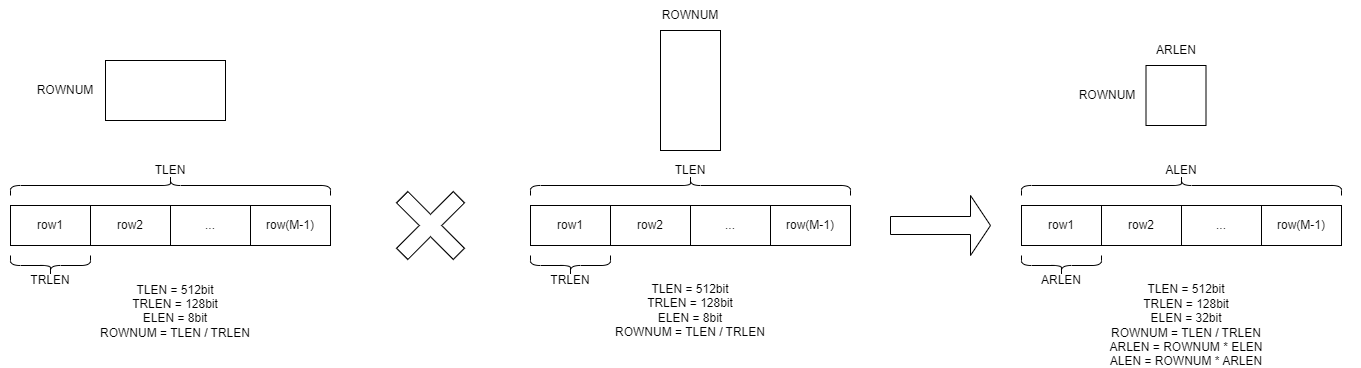
Above: spec/images/parameter_explanation.png in OurCompArchGroup/riscv-matrix-extension-spec (draw.io), before the change. Source tidied: cells renumbered, new cells last; positions are measured from the earlier drawing's top-left corner, leaving out a move shared by most shapes. Its diagram source:
```xml
<mxGraphModel>
  <root>
    <mxCell id="0" />
    <mxCell id="1" parent="0" />
    <mxCell id="2" style="shape=cross;whiteSpace=wrap;html=1;rotation=45;" parent="1" vertex="1">
      <mxGeometry x="390" y="185" width="80" height="80" as="geometry" />
    </mxCell>
    <mxCell id="3" value="&lt;div&gt;&lt;font style=&quot;font-size: 12px;&quot;&gt;TLEN = 512bit&lt;/font&gt;&lt;/div&gt;&lt;div&gt;&lt;font style=&quot;font-size: 12px;&quot;&gt;TRLEN = 128bit&lt;/font&gt;&lt;/div&gt;&lt;div&gt;&lt;font style=&quot;font-size: 12px;&quot;&gt;ELEN = 8bit&lt;br&gt;&lt;/font&gt;&lt;/div&gt;&lt;div&gt;&lt;font style=&quot;font-size: 12px;&quot;&gt;ROWNUM = TLEN / TRLEN&lt;/font&gt;&lt;/div&gt;&lt;div&gt;&lt;br&gt;&lt;/div&gt;" style="text;html=1;align=center;verticalAlign=middle;whiteSpace=wrap;rounded=0;" parent="1" vertex="1">
      <mxGeometry y="303" width="350" height="30" as="geometry" />
    </mxCell>
    <mxCell id="4" style="rounded=0;whiteSpace=wrap;html=1;" parent="1" vertex="1">
      <mxGeometry x="10" y="205" width="320" height="40" as="geometry" />
    </mxCell>
    <mxCell id="5" value="row1" style="rounded=0;whiteSpace=wrap;html=1;" parent="1" vertex="1">
      <mxGeometry x="10" y="205" width="80" height="40" as="geometry" />
    </mxCell>
    <mxCell id="6" value="row2" style="rounded=0;whiteSpace=wrap;html=1;" parent="1" vertex="1">
      <mxGeometry x="90" y="205" width="80" height="40" as="geometry" />
    </mxCell>
    <mxCell id="7" value="..." style="rounded=0;whiteSpace=wrap;html=1;" parent="1" vertex="1">
      <mxGeometry x="170" y="205" width="80" height="40" as="geometry" />
    </mxCell>
    <mxCell id="8" value="row(M-1)" style="rounded=0;whiteSpace=wrap;html=1;" parent="1" vertex="1">
      <mxGeometry x="250" y="205" width="80" height="40" as="geometry" />
    </mxCell>
    <mxCell id="9" style="shape=curlyBracket;whiteSpace=wrap;html=1;rounded=1;labelPosition=left;verticalLabelPosition=middle;align=right;verticalAlign=middle;rotation=90;" parent="1" vertex="1">
      <mxGeometry x="160" y="25" width="20" height="320" as="geometry" />
    </mxCell>
    <mxCell id="10" style="shape=curlyBracket;whiteSpace=wrap;html=1;rounded=1;flipH=1;labelPosition=right;verticalLabelPosition=middle;align=left;verticalAlign=middle;rotation=90;" parent="1" vertex="1">
      <mxGeometry x="40" y="225" width="20" height="80" as="geometry" />
    </mxCell>
    <mxCell id="11" value="TLEN" style="text;html=1;align=center;verticalAlign=middle;whiteSpace=wrap;rounded=0;" parent="1" vertex="1">
      <mxGeometry x="140" y="155" width="60" height="30" as="geometry" />
    </mxCell>
    <mxCell id="12" value="TRLEN" style="text;html=1;align=center;verticalAlign=middle;whiteSpace=wrap;rounded=0;" parent="1" vertex="1">
      <mxGeometry x="20" y="265" width="60" height="30" as="geometry" />
    </mxCell>
    <mxCell id="13" value="&lt;div&gt;&lt;font style=&quot;font-size: 12px;&quot;&gt;TLEN = 512bit&lt;/font&gt;&lt;/div&gt;&lt;div&gt;&lt;font style=&quot;font-size: 12px;&quot;&gt;TRLEN = 128bit&lt;/font&gt;&lt;/div&gt;&lt;div&gt;&lt;font style=&quot;font-size: 12px;&quot;&gt;ELEN = 8bit&lt;/font&gt;&lt;/div&gt;&lt;div&gt;&lt;font style=&quot;font-size: 12px;&quot;&gt;ROWNUM = TLEN / TRLEN&lt;/font&gt;&lt;/div&gt;" style="text;html=1;align=center;verticalAlign=middle;whiteSpace=wrap;rounded=0;" parent="1" vertex="1">
      <mxGeometry x="515" y="295" width="350" height="30" as="geometry" />
    </mxCell>
    <mxCell id="14" style="rounded=0;whiteSpace=wrap;html=1;" parent="1" vertex="1">
      <mxGeometry x="530" y="205" width="320" height="40" as="geometry" />
    </mxCell>
    <mxCell id="15" value="row1" style="rounded=0;whiteSpace=wrap;html=1;" parent="1" vertex="1">
      <mxGeometry x="530" y="205" width="80" height="40" as="geometry" />
    </mxCell>
    <mxCell id="16" value="row2" style="rounded=0;whiteSpace=wrap;html=1;" parent="1" vertex="1">
      <mxGeometry x="610" y="205" width="80" height="40" as="geometry" />
    </mxCell>
    <mxCell id="17" value="..." style="rounded=0;whiteSpace=wrap;html=1;" parent="1" vertex="1">
      <mxGeometry x="690" y="205" width="80" height="40" as="geometry" />
    </mxCell>
    <mxCell id="18" value="row(M-1)" style="rounded=0;whiteSpace=wrap;html=1;" parent="1" vertex="1">
      <mxGeometry x="770" y="205" width="80" height="40" as="geometry" />
    </mxCell>
    <mxCell id="19" style="shape=curlyBracket;whiteSpace=wrap;html=1;rounded=1;labelPosition=left;verticalLabelPosition=middle;align=right;verticalAlign=middle;rotation=90;" parent="1" vertex="1">
      <mxGeometry x="680" y="25" width="20" height="320" as="geometry" />
    </mxCell>
    <mxCell id="20" style="shape=curlyBracket;whiteSpace=wrap;html=1;rounded=1;flipH=1;labelPosition=right;verticalLabelPosition=middle;align=left;verticalAlign=middle;rotation=90;" parent="1" vertex="1">
      <mxGeometry x="560" y="225" width="20" height="80" as="geometry" />
    </mxCell>
    <mxCell id="21" value="TLEN" style="text;html=1;align=center;verticalAlign=middle;whiteSpace=wrap;rounded=0;" parent="1" vertex="1">
      <mxGeometry x="660" y="155" width="60" height="30" as="geometry" />
    </mxCell>
    <mxCell id="22" value="TRLEN" style="text;html=1;align=center;verticalAlign=middle;whiteSpace=wrap;rounded=0;" parent="1" vertex="1">
      <mxGeometry x="540" y="265" width="60" height="30" as="geometry" />
    </mxCell>
    <mxCell id="23" value="&lt;div&gt;&lt;font style=&quot;font-size: 12px;&quot;&gt;TLEN = 512bit&lt;/font&gt;&lt;/div&gt;&lt;div&gt;&lt;font style=&quot;font-size: 12px;&quot;&gt;TRLEN = 128bit&lt;/font&gt;&lt;/div&gt;&lt;div&gt;&lt;font style=&quot;font-size: 12px;&quot;&gt;ELEN = 32bit&lt;/font&gt;&lt;/div&gt;&lt;div&gt;&lt;font style=&quot;font-size: 12px;&quot;&gt;ROWNUM = TLEN / TRLEN&lt;/font&gt;&lt;/div&gt;&lt;div&gt;&lt;font style=&quot;font-size: 12px;&quot;&gt;ARLEN = ROWNUM * ELEN&lt;/font&gt;&lt;/div&gt;&lt;div&gt;&lt;font style=&quot;font-size: 12px;&quot;&gt;ALEN = ROWNUM * ARLEN&lt;/font&gt;&lt;/div&gt;" style="text;html=1;align=center;verticalAlign=middle;whiteSpace=wrap;rounded=0;" parent="1" vertex="1">
      <mxGeometry x="1011" y="310" width="350" height="30" as="geometry" />
    </mxCell>
    <mxCell id="24" style="rounded=0;whiteSpace=wrap;html=1;" parent="1" vertex="1">
      <mxGeometry x="1021" y="205" width="320" height="40" as="geometry" />
    </mxCell>
    <mxCell id="25" value="row1" style="rounded=0;whiteSpace=wrap;html=1;" parent="1" vertex="1">
      <mxGeometry x="1021" y="205" width="80" height="40" as="geometry" />
    </mxCell>
    <mxCell id="26" value="row2" style="rounded=0;whiteSpace=wrap;html=1;" parent="1" vertex="1">
      <mxGeometry x="1101" y="205" width="80" height="40" as="geometry" />
    </mxCell>
    <mxCell id="27" value="..." style="rounded=0;whiteSpace=wrap;html=1;" parent="1" vertex="1">
      <mxGeometry x="1181" y="205" width="80" height="40" as="geometry" />
    </mxCell>
    <mxCell id="28" value="row(M-1)" style="rounded=0;whiteSpace=wrap;html=1;" parent="1" vertex="1">
      <mxGeometry x="1261" y="205" width="80" height="40" as="geometry" />
    </mxCell>
    <mxCell id="29" style="shape=curlyBracket;whiteSpace=wrap;html=1;rounded=1;labelPosition=left;verticalLabelPosition=middle;align=right;verticalAlign=middle;rotation=90;" parent="1" vertex="1">
      <mxGeometry x="1171" y="25" width="20" height="320" as="geometry" />
    </mxCell>
    <mxCell id="30" style="shape=curlyBracket;whiteSpace=wrap;html=1;rounded=1;flipH=1;labelPosition=right;verticalLabelPosition=middle;align=left;verticalAlign=middle;rotation=90;" parent="1" vertex="1">
      <mxGeometry x="1051" y="225" width="20" height="80" as="geometry" />
    </mxCell>
    <mxCell id="31" value="ALEN" style="text;html=1;align=center;verticalAlign=middle;whiteSpace=wrap;rounded=0;" parent="1" vertex="1">
      <mxGeometry x="1151" y="155" width="60" height="30" as="geometry" />
    </mxCell>
    <mxCell id="32" value="ARLEN" style="text;html=1;align=center;verticalAlign=middle;whiteSpace=wrap;rounded=0;" parent="1" vertex="1">
      <mxGeometry x="1031" y="265" width="60" height="30" as="geometry" />
    </mxCell>
    <mxCell id="33" style="shape=singleArrow;whiteSpace=wrap;html=1;" parent="1" vertex="1">
      <mxGeometry x="890" y="195" width="100" height="60" as="geometry" />
    </mxCell>
    <mxCell id="34" value="ROWNUM" style="text;html=1;align=center;verticalAlign=middle;whiteSpace=wrap;rounded=0;" parent="1" vertex="1">
      <mxGeometry x="35" y="75" width="60" height="30" as="geometry" />
    </mxCell>
    <mxCell id="35" value="ROWNUM" style="text;html=1;align=center;verticalAlign=middle;whiteSpace=wrap;rounded=0;" parent="1" vertex="1">
      <mxGeometry x="660" width="60" height="30" as="geometry" />
    </mxCell>
    <mxCell id="36" style="rounded=0;whiteSpace=wrap;html=1;" parent="1" vertex="1">
      <mxGeometry x="105" y="60" width="120" height="60" as="geometry" />
    </mxCell>
    <mxCell id="37" style="rounded=0;whiteSpace=wrap;html=1;rotation=90;" parent="1" vertex="1">
      <mxGeometry x="630" y="60" width="120" height="60" as="geometry" />
    </mxCell>
    <mxCell id="38" style="rounded=0;whiteSpace=wrap;html=1;rotation=0;" parent="1" vertex="1">
      <mxGeometry x="1145.5" y="65" width="60" height="60" as="geometry" />
    </mxCell>
    <mxCell id="39" value="ROWNUM" style="text;html=1;align=center;verticalAlign=middle;whiteSpace=wrap;rounded=0;" parent="1" vertex="1">
      <mxGeometry x="1076.5" y="80" width="60" height="30" as="geometry" />
    </mxCell>
    <mxCell id="40" value="ARLEN" style="text;html=1;align=center;verticalAlign=middle;whiteSpace=wrap;rounded=0;" parent="1" vertex="1">
      <mxGeometry x="1145.5" y="35" width="60" height="30" as="geometry" />
    </mxCell>
  </root>
</mxGraphModel>
```
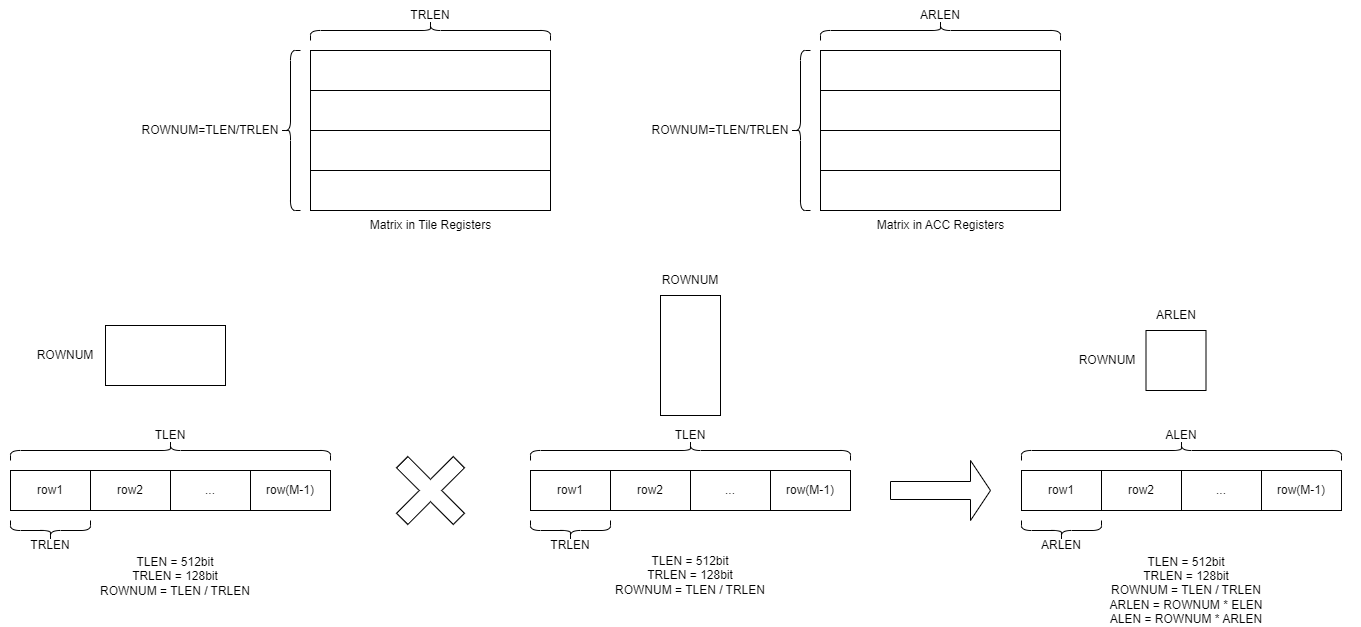
The same diagram one commit later.

The edit, as a diff of the source:
```diff
@@ -5,7 +5,7 @@
     <mxCell id="2" style="shape=cross;whiteSpace=wrap;html=1;rotation=45;" parent="1" vertex="1">
       <mxGeometry x="390" y="185" width="80" height="80" as="geometry" />
     </mxCell>
-    <mxCell id="3" value="&lt;div&gt;&lt;font style=&quot;font-size: 12px;&quot;&gt;TLEN = 512bit&lt;/font&gt;&lt;/div&gt;&lt;div&gt;&lt;font style=&quot;font-size: 12px;&quot;&gt;TRLEN = 128bit&lt;/font&gt;&lt;/div&gt;&lt;div&gt;&lt;font style=&quot;font-size: 12px;&quot;&gt;ELEN = 8bit&lt;br&gt;&lt;/font&gt;&lt;/div&gt;&lt;div&gt;&lt;font style=&quot;font-size: 12px;&quot;&gt;ROWNUM = TLEN / TRLEN&lt;/font&gt;&lt;/div&gt;&lt;div&gt;&lt;br&gt;&lt;/div&gt;" style="text;html=1;align=center;verticalAlign=middle;whiteSpace=wrap;rounded=0;" parent="1" vertex="1">
+    <mxCell id="3" value="&lt;div&gt;&lt;font style=&quot;font-size: 12px;&quot;&gt;TLEN = 512bit&lt;/font&gt;&lt;/div&gt;&lt;div&gt;&lt;font style=&quot;font-size: 12px;&quot;&gt;TRLEN = 128bit&lt;/font&gt;&lt;/div&gt;&lt;div&gt;&lt;font style=&quot;font-size: 12px;&quot;&gt;ROWNUM = TLEN / TRLEN&lt;/font&gt;&lt;/div&gt;&lt;div&gt;&lt;br&gt;&lt;/div&gt;" style="text;html=1;align=center;verticalAlign=middle;whiteSpace=wrap;rounded=0;" parent="1" vertex="1">
       <mxGeometry y="303" width="350" height="30" as="geometry" />
     </mxCell>
     <mxCell id="4" style="rounded=0;whiteSpace=wrap;html=1;" parent="1" vertex="1">
@@ -35,7 +35,7 @@
     <mxCell id="12" value="TRLEN" style="text;html=1;align=center;verticalAlign=middle;whiteSpace=wrap;rounded=0;" parent="1" vertex="1">
       <mxGeometry x="20" y="265" width="60" height="30" as="geometry" />
     </mxCell>
-    <mxCell id="13" value="&lt;div&gt;&lt;font style=&quot;font-size: 12px;&quot;&gt;TLEN = 512bit&lt;/font&gt;&lt;/div&gt;&lt;div&gt;&lt;font style=&quot;font-size: 12px;&quot;&gt;TRLEN = 128bit&lt;/font&gt;&lt;/div&gt;&lt;div&gt;&lt;font style=&quot;font-size: 12px;&quot;&gt;ELEN = 8bit&lt;/font&gt;&lt;/div&gt;&lt;div&gt;&lt;font style=&quot;font-size: 12px;&quot;&gt;ROWNUM = TLEN / TRLEN&lt;/font&gt;&lt;/div&gt;" style="text;html=1;align=center;verticalAlign=middle;whiteSpace=wrap;rounded=0;" parent="1" vertex="1">
+    <mxCell id="13" value="&lt;div&gt;&lt;font style=&quot;font-size: 12px;&quot;&gt;TLEN = 512bit&lt;/font&gt;&lt;/div&gt;&lt;div&gt;&lt;font style=&quot;font-size: 12px;&quot;&gt;TRLEN = 128bit&lt;/font&gt;&lt;/div&gt;&lt;div&gt;&lt;font style=&quot;font-size: 12px;&quot;&gt;ROWNUM = TLEN / TRLEN&lt;/font&gt;&lt;/div&gt;" style="text;html=1;align=center;verticalAlign=middle;whiteSpace=wrap;rounded=0;" parent="1" vertex="1">
       <mxGeometry x="515" y="295" width="350" height="30" as="geometry" />
     </mxCell>
     <mxCell id="14" style="rounded=0;whiteSpace=wrap;html=1;" parent="1" vertex="1">
@@ -65,7 +65,7 @@
     <mxCell id="22" value="TRLEN" style="text;html=1;align=center;verticalAlign=middle;whiteSpace=wrap;rounded=0;" parent="1" vertex="1">
       <mxGeometry x="540" y="265" width="60" height="30" as="geometry" />
     </mxCell>
-    <mxCell id="23" value="&lt;div&gt;&lt;font style=&quot;font-size: 12px;&quot;&gt;TLEN = 512bit&lt;/font&gt;&lt;/div&gt;&lt;div&gt;&lt;font style=&quot;font-size: 12px;&quot;&gt;TRLEN = 128bit&lt;/font&gt;&lt;/div&gt;&lt;div&gt;&lt;font style=&quot;font-size: 12px;&quot;&gt;ELEN = 32bit&lt;/font&gt;&lt;/div&gt;&lt;div&gt;&lt;font style=&quot;font-size: 12px;&quot;&gt;ROWNUM = TLEN / TRLEN&lt;/font&gt;&lt;/div&gt;&lt;div&gt;&lt;font style=&quot;font-size: 12px;&quot;&gt;ARLEN = ROWNUM * ELEN&lt;/font&gt;&lt;/div&gt;&lt;div&gt;&lt;font style=&quot;font-size: 12px;&quot;&gt;ALEN = ROWNUM * ARLEN&lt;/font&gt;&lt;/div&gt;" style="text;html=1;align=center;verticalAlign=middle;whiteSpace=wrap;rounded=0;" parent="1" vertex="1">
+    <mxCell id="23" value="&lt;div&gt;&lt;font style=&quot;font-size: 12px;&quot;&gt;TLEN = 512bit&lt;/font&gt;&lt;/div&gt;&lt;div&gt;&lt;font style=&quot;font-size: 12px;&quot;&gt;TRLEN = 128bit&lt;/font&gt;&lt;/div&gt;&lt;div&gt;&lt;font style=&quot;font-size: 12px;&quot;&gt;ROWNUM = TLEN / TRLEN&lt;/font&gt;&lt;/div&gt;&lt;div&gt;&lt;font style=&quot;font-size: 12px;&quot;&gt;ARLEN = ROWNUM * ELEN&lt;/font&gt;&lt;/div&gt;&lt;div&gt;&lt;font style=&quot;font-size: 12px;&quot;&gt;ALEN = ROWNUM * ARLEN&lt;/font&gt;&lt;/div&gt;" style="text;html=1;align=center;verticalAlign=middle;whiteSpace=wrap;rounded=0;" parent="1" vertex="1">
       <mxGeometry x="1011" y="310" width="350" height="30" as="geometry" />
     </mxCell>
     <mxCell id="24" style="rounded=0;whiteSpace=wrap;html=1;" parent="1" vertex="1">
@@ -119,5 +119,59 @@
     <mxCell id="40" value="ARLEN" style="text;html=1;align=center;verticalAlign=middle;whiteSpace=wrap;rounded=0;" parent="1" vertex="1">
       <mxGeometry x="1145.5" y="35" width="60" height="30" as="geometry" />
     </mxCell>
+    <mxCell id="41" style="rounded=0;whiteSpace=wrap;html=1;" parent="1" vertex="1">
+      <mxGeometry x="310" y="-215" width="240" height="160" as="geometry" />
+    </mxCell>
+    <mxCell id="42" style="endArrow=none;html=1;rounded=0;exitX=0;exitY=0.25;exitDx=0;exitDy=0;entryX=1;entryY=0.25;entryDx=0;entryDy=0;" parent="1" edge="1" source="41" target="41">
+      <mxGeometry relative="1" as="geometry" />
+    </mxCell>
+    <mxCell id="43" style="endArrow=none;html=1;rounded=0;exitX=0;exitY=0.5;exitDx=0;exitDy=0;entryX=1;entryY=0.5;entryDx=0;entryDy=0;" parent="1" edge="1" source="41" target="41">
+      <mxGeometry relative="1" as="geometry" />
+    </mxCell>
+    <mxCell id="44" style="endArrow=none;html=1;rounded=0;exitX=0;exitY=0.75;exitDx=0;exitDy=0;entryX=1;entryY=0.75;entryDx=0;entryDy=0;" parent="1" edge="1" source="41" target="41">
+      <mxGeometry relative="1" as="geometry" />
+    </mxCell>
+    <mxCell id="45" style="shape=curlyBracket;whiteSpace=wrap;html=1;rounded=1;labelPosition=left;verticalLabelPosition=middle;align=right;verticalAlign=middle;" parent="1" vertex="1">
+      <mxGeometry x="280" y="-215" width="20" height="160" as="geometry" />
+    </mxCell>
+    <mxCell id="46" style="shape=curlyBracket;whiteSpace=wrap;html=1;rounded=1;labelPosition=left;verticalLabelPosition=middle;align=right;verticalAlign=middle;rotation=90;" parent="1" vertex="1">
+      <mxGeometry x="420" y="-355" width="20" height="240" as="geometry" />
+    </mxCell>
+    <mxCell id="47" value="Matrix in Tile Registers" style="text;html=1;align=center;verticalAlign=middle;whiteSpace=wrap;rounded=0;" parent="1" vertex="1">
+      <mxGeometry x="362.5" y="-55" width="135" height="30" as="geometry" />
+    </mxCell>
+    <mxCell id="48" style="rounded=0;whiteSpace=wrap;html=1;" parent="1" vertex="1">
+      <mxGeometry x="820" y="-215" width="240" height="160" as="geometry" />
+    </mxCell>
+    <mxCell id="49" style="endArrow=none;html=1;rounded=0;exitX=0;exitY=0.25;exitDx=0;exitDy=0;entryX=1;entryY=0.25;entryDx=0;entryDy=0;" parent="1" edge="1" source="48" target="48">
+      <mxGeometry relative="1" as="geometry" />
+    </mxCell>
+    <mxCell id="50" style="endArrow=none;html=1;rounded=0;exitX=0;exitY=0.5;exitDx=0;exitDy=0;entryX=1;entryY=0.5;entryDx=0;entryDy=0;" parent="1" edge="1" source="48" target="48">
+      <mxGeometry relative="1" as="geometry" />
+    </mxCell>
+    <mxCell id="51" style="endArrow=none;html=1;rounded=0;exitX=0;exitY=0.75;exitDx=0;exitDy=0;entryX=1;entryY=0.75;entryDx=0;entryDy=0;" parent="1" edge="1" source="48" target="48">
+      <mxGeometry relative="1" as="geometry" />
+    </mxCell>
+    <mxCell id="52" style="shape=curlyBracket;whiteSpace=wrap;html=1;rounded=1;labelPosition=left;verticalLabelPosition=middle;align=right;verticalAlign=middle;" parent="1" vertex="1">
+      <mxGeometry x="790" y="-215" width="20" height="160" as="geometry" />
+    </mxCell>
+    <mxCell id="53" style="shape=curlyBracket;whiteSpace=wrap;html=1;rounded=1;labelPosition=left;verticalLabelPosition=middle;align=right;verticalAlign=middle;rotation=90;" parent="1" vertex="1">
+      <mxGeometry x="930" y="-355" width="20" height="240" as="geometry" />
+    </mxCell>
+    <mxCell id="54" value="Matrix in ACC Registers" style="text;html=1;align=center;verticalAlign=middle;whiteSpace=wrap;rounded=0;" parent="1" vertex="1">
+      <mxGeometry x="872.5" y="-55" width="135" height="30" as="geometry" />
+    </mxCell>
+    <mxCell id="55" value="ROWNUM=TLEN/TRLEN" style="text;html=1;align=center;verticalAlign=middle;whiteSpace=wrap;rounded=0;" parent="1" vertex="1">
+      <mxGeometry x="180" y="-150" width="60" height="30" as="geometry" />
+    </mxCell>
+    <mxCell id="56" value="ROWNUM=TLEN/TRLEN" style="text;html=1;align=center;verticalAlign=middle;whiteSpace=wrap;rounded=0;" parent="1" vertex="1">
+      <mxGeometry x="690" y="-150" width="60" height="30" as="geometry" />
+    </mxCell>
+    <mxCell id="57" value="TRLEN" style="text;html=1;align=center;verticalAlign=middle;whiteSpace=wrap;rounded=0;" parent="1" vertex="1">
+      <mxGeometry x="400" y="-265" width="60" height="30" as="geometry" />
+    </mxCell>
+    <mxCell id="58" value="ARLEN" style="text;html=1;align=center;verticalAlign=middle;whiteSpace=wrap;rounded=0;" parent="1" vertex="1">
+      <mxGeometry x="910" y="-265" width="60" height="30" as="geometry" />
+    </mxCell>
   </root>
 </mxGraphModel>
```
